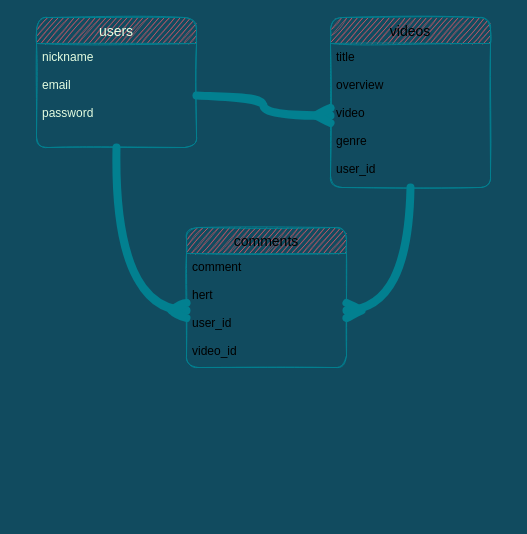
Earlier version of the draw.io diagram test.dio (kou829/VIDEO). Source tidied: cells renumbered, new cells numbered last; positions are measured from the earlier drawing's top-left corner, leaving out a move shared by most shapes. Both pictures are drawn from the tidied source at 100%, with x=0, y=0 at pixel (36, 17).
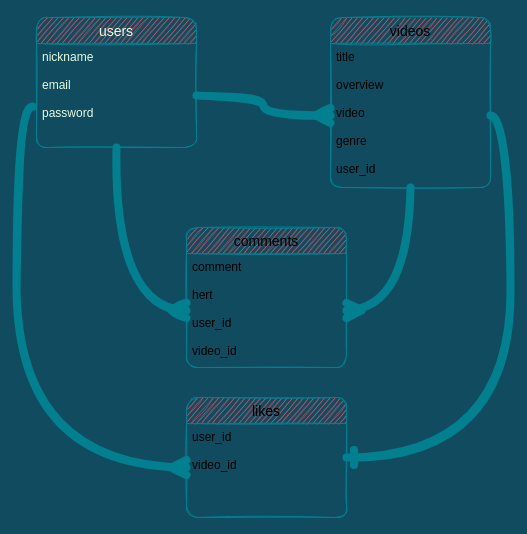
After the change.

What changed in the source:
```diff
@@
 <mxGraphModel background="#114B5F">
   <root>
     <mxCell id="0" />
     <mxCell id="1" parent="0" />
     <mxCell id="2" style="edgeStyle=orthogonalEdgeStyle;curved=1;rounded=1;sketch=1;jettySize=auto;html=1;entryX=0;entryY=0.5;entryDx=0;entryDy=0;endArrow=ERmany;endFill=0;strokeColor=#028090;strokeWidth=8;fillColor=#F45B69;fontColor=#E4FDE1;" parent="1" edge="1" source="3" target="9">
       <mxGeometry relative="1" as="geometry" />
     </mxCell>
     <mxCell id="3" value="users" style="swimlane;fontStyle=0;horizontal=1;startSize=26;align=center;fontSize=14;fillColor=#F45B69;strokeColor=#028090;fontColor=#E4FDE1;sketch=1;rounded=1;" parent="1" vertex="1">
       <mxGeometry width="160" height="130" as="geometry" />
     </mxCell>
     <mxCell id="4" value="nickname&#10;&#10;email&#10;&#10;password" style="text;strokeColor=none;fillColor=none;spacingLeft=4;spacingRight=4;overflow=hidden;points=[[0,0.5],[1,0.5]];portConstraint=eastwest;fontSize=12;fontColor=#E4FDE1;sketch=1;rounded=1;" parent="3" vertex="1">
       <mxGeometry y="26" width="160" height="104" as="geometry" />
     </mxCell>
     <mxCell id="5" style="edgeStyle=orthogonalEdgeStyle;curved=1;rounded=1;sketch=1;jettySize=auto;html=1;entryX=1;entryY=0.5;entryDx=0;entryDy=0;endArrow=ERmany;endFill=0;strokeColor=#028090;strokeWidth=8;fillColor=#F45B69;fontColor=#E4FDE1;" parent="1" edge="1" source="6" target="9">
       <mxGeometry relative="1" as="geometry" />
     </mxCell>
     <mxCell id="6" value="videos" style="swimlane;fontStyle=0;horizontal=1;startSize=26;align=center;fontSize=14;rounded=1;sketch=1;strokeColor=#028090;fillColor=#F45B69;" parent="1" vertex="1">
       <mxGeometry x="294" width="160" height="170" as="geometry" />
     </mxCell>
     <mxCell id="7" value="title&#10;&#10;overview&#10;&#10;video&#10;&#10;genre&#10;&#10;user_id" style="text;strokeColor=none;fillColor=none;spacingLeft=4;spacingRight=4;overflow=hidden;points=[[0,0.5],[1,0.5]];portConstraint=eastwest;fontSize=12;" parent="6" vertex="1">
       <mxGeometry y="26" width="160" height="144" as="geometry" />
     </mxCell>
     <mxCell id="8" value="comments" style="swimlane;fontStyle=0;horizontal=1;startSize=26;align=center;fontSize=14;rounded=1;sketch=1;strokeColor=#028090;fillColor=#F45B69;" parent="1" vertex="1">
       <mxGeometry x="150" y="210" width="160" height="140" as="geometry" />
     </mxCell>
     <mxCell id="9" value="comment&#10;&#10;hert&#10;&#10;user_id&#10;&#10;video_id" style="text;strokeColor=none;fillColor=none;spacingLeft=4;spacingRight=4;overflow=hidden;points=[[0,0.5],[1,0.5]];portConstraint=eastwest;fontSize=12;" parent="8" vertex="1">
       <mxGeometry y="26" width="160" height="114" as="geometry" />
     </mxCell>
     <mxCell id="10" style="edgeStyle=orthogonalEdgeStyle;curved=1;rounded=1;sketch=1;jettySize=auto;html=1;entryX=0;entryY=0.5;entryDx=0;entryDy=0;strokeColor=#028090;fillColor=#F45B69;fontColor=#E4FDE1;endArrow=ERmany;endFill=0;strokeWidth=8;" parent="1" edge="1" source="4" target="7">
       <mxGeometry relative="1" as="geometry" />
     </mxCell>
+    <mxCell id="11" value="likes" style="swimlane;fontStyle=0;horizontal=1;startSize=26;align=center;fontSize=14;rounded=1;sketch=1;strokeColor=#028090;fillColor=#F45B69;" parent="1" vertex="1">
+      <mxGeometry x="150" y="380" width="160" height="120" as="geometry" />
+    </mxCell>
+    <mxCell id="12" value="user_id&#10;&#10;video_id" style="text;strokeColor=none;fillColor=none;spacingLeft=4;spacingRight=4;overflow=hidden;fontSize=12;" parent="11" vertex="1">
+      <mxGeometry y="26" width="160" height="94" as="geometry" />
+    </mxCell>
+    <mxCell id="13" style="edgeStyle=orthogonalEdgeStyle;curved=1;rounded=1;sketch=1;jettySize=auto;html=1;endArrow=ERmany;endFill=0;strokeColor=#028090;strokeWidth=8;fillColor=#F45B69;fontColor=#E4FDE1;exitX=-0.023;exitY=0.607;exitDx=0;exitDy=0;exitPerimeter=0;" parent="1" edge="1" source="4">
+      <mxGeometry relative="1" as="geometry">
+        <mxPoint x="150" y="450" as="targetPoint" />
+        <Array as="points">
+          <mxPoint x="-20" y="89" />
+          <mxPoint x="-20" y="450" />
+        </Array>
+      </mxGeometry>
+    </mxCell>
+    <mxCell id="14" style="edgeStyle=orthogonalEdgeStyle;curved=1;rounded=1;sketch=1;jettySize=auto;html=1;entryX=1;entryY=0.5;entryDx=0;entryDy=0;endArrow=ERone;endFill=0;strokeColor=#028090;strokeWidth=8;fillColor=#F45B69;fontColor=#E4FDE1;exitX=1;exitY=0.5;exitDx=0;exitDy=0;" parent="1" edge="1" source="7" target="11">
+      <mxGeometry relative="1" as="geometry" />
+    </mxCell>
   </root>
 </mxGraphModel>
```
